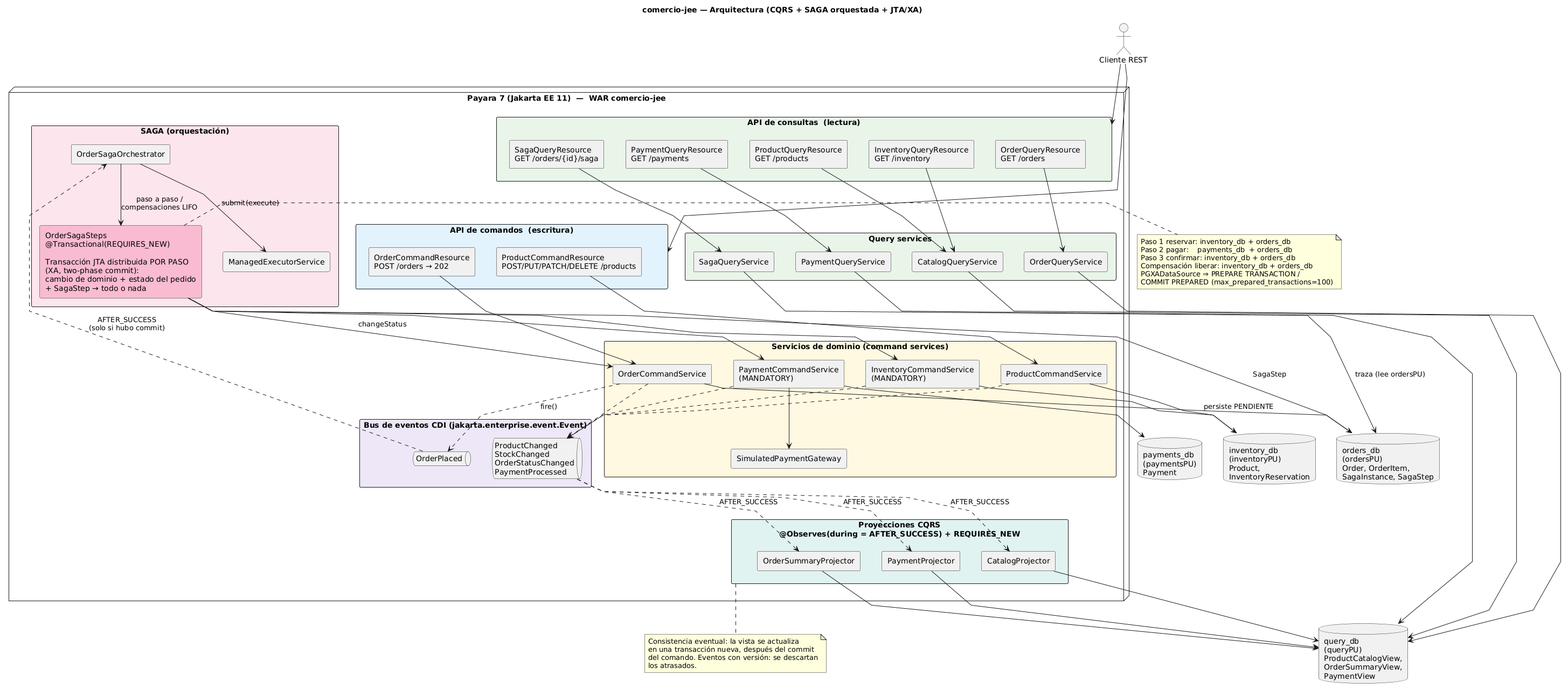
Above: docs/architecture.png in WitzhiD04/comercio-jee (PlantUML), before the change. The source it was exported from:
```plantuml
@startuml architecture
title comercio-jee — Arquitectura (CQRS + SAGA orquestada + JTA/XA)

skinparam componentStyle rectangle
skinparam shadowing false
skinparam defaultFontName Arial
skinparam packageStyle rectangle
skinparam linetype polyline
skinparam nodesep 40
skinparam ranksep 50

actor "Cliente REST" as client

node "Payara 7 (Jakarta EE 11)  —  WAR comercio-jee" {

  package "API de comandos  (escritura)" as cmdapi #E3F2FD {
    [ProductCommandResource\nPOST/PUT/PATCH/DELETE /products] as PCR
    [OrderCommandResource\nPOST /orders → 202] as OCR
  }

  package "API de consultas  (lectura)" as qryapi #E8F5E9 {
    [ProductQueryResource\nGET /products] as PQR
    [InventoryQueryResource\nGET /inventory] as IQR
    [OrderQueryResource\nGET /orders] as OQR
    [PaymentQueryResource\nGET /payments] as PAQR
    [SagaQueryResource\nGET /orders/{id}/saga] as SQR
  }

  package "Servicios de dominio (command services)" as domain #FFF8E1 {
    [ProductCommandService] as PCS
    [OrderCommandService] as OCS
    [InventoryCommandService\n(MANDATORY)] as ICS
    [PaymentCommandService\n(MANDATORY)] as PYS
    [SimulatedPaymentGateway] as GW
  }

  package "SAGA (orquestación)" as saga #FCE4EC {
    [OrderSagaOrchestrator] as ORCH
    [ManagedExecutorService] as MES
    rectangle "OrderSagaSteps\n@Transactional(REQUIRES_NEW)\n\nTransacción JTA distribuida POR PASO\n(XA, two-phase commit):\ncambio de dominio + estado del pedido\n+ SagaStep → todo o nada" as STEPS #F8BBD0
  }

  package "Bus de eventos CDI (jakarta.enterprise.event.Event)" as bus #EDE7F6 {
    queue "ProductChanged\nStockChanged\nOrderStatusChanged\nPaymentProcessed" as EVT
    queue "OrderPlaced" as PLACED
  }

  package "Proyecciones CQRS\n@Observes(during = AFTER_SUCCESS) + REQUIRES_NEW" as proj #E0F2F1 {
    [CatalogProjector] as CP
    [OrderSummaryProjector] as OSP
    [PaymentProjector] as PP
  }

  package "Query services" as qsvc #E8F5E9 {
    [CatalogQueryService] as CQS
    [OrderQueryService] as OQS
    [PaymentQueryService] as PQS
    [SagaQueryService] as SQS
  }
}

database "orders_db\n(ordersPU)\nOrder, OrderItem,\nSagaInstance, SagaStep" as ordersdb
database "inventory_db\n(inventoryPU)\nProduct,\nInventoryReservation" as invdb
database "payments_db\n(paymentsPU)\nPayment" as paydb
database "query_db\n(queryPU)\nProductCatalogView,\nOrderSummaryView,\nPaymentView" as querydb

client --> cmdapi
client --> qryapi

PCR --> PCS
OCR --> OCS
PCS --> invdb
OCS --> ordersdb : persiste PENDIENTE
OCS ..> PLACED : fire()

PLACED ..> ORCH : AFTER_SUCCESS\n(solo si hubo commit)
ORCH --> MES : submit(execute)
ORCH --> STEPS : paso a paso /\ncompensaciones LIFO
STEPS --> ICS
STEPS --> PYS
STEPS --> OCS : changeStatus
PYS --> GW
ICS --> invdb
PYS --> paydb
STEPS --> ordersdb : SagaStep

PCS ..> EVT
ICS ..> EVT
OCS ..> EVT
PYS ..> EVT
EVT ..> CP : AFTER_SUCCESS
EVT ..> OSP : AFTER_SUCCESS
EVT ..> PP : AFTER_SUCCESS
CP --> querydb
OSP --> querydb
PP --> querydb

PQR --> CQS
IQR --> CQS
OQR --> OQS
PAQR --> PQS
SQR --> SQS
CQS --> querydb
OQS --> querydb
PQS --> querydb
SQS --> ordersdb : traza (lee ordersPU)

note right of STEPS
  Paso 1 reservar: inventory_db + orders_db
  Paso 2 pagar:    payments_db  + orders_db
  Paso 3 confirmar: inventory_db + orders_db
  Compensación liberar: inventory_db + orders_db
  PGXADataSource ⇒ PREPARE TRANSACTION /
  COMMIT PREPARED (max_prepared_transactions=100)
end note

note bottom of proj
  Consistencia eventual: la vista se actualiza
  en una transacción nueva, después del commit
  del comando. Eventos con versión: se descartan
  los atrasados.
end note
@enduml
```
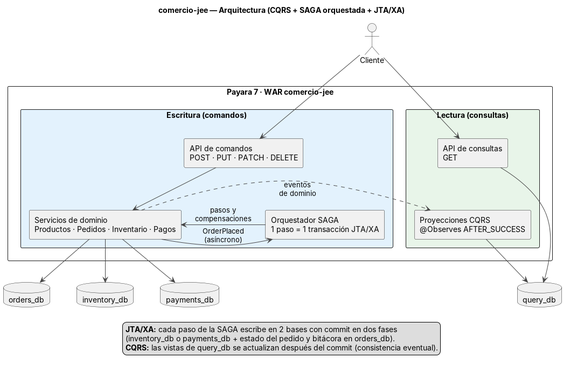
Later version of the same file.

Diff of the diagram source:
```diff
@@ -1,123 +1,47 @@
 @startuml architecture
 title comercio-jee — Arquitectura (CQRS + SAGA orquestada + JTA/XA)
-
-skinparam componentStyle rectangle
 skinparam shadowing false
 skinparam defaultFontName Arial
-skinparam packageStyle rectangle
-skinparam linetype polyline
-skinparam nodesep 40
-skinparam ranksep 50
+skinparam componentStyle rectangle
+skinparam ArrowColor #444444
+skinparam nodesep 50
+skinparam ranksep 45
 
-actor "Cliente REST" as client
+actor Cliente
 
-node "Payara 7 (Jakarta EE 11)  —  WAR comercio-jee" {
-
-  package "API de comandos  (escritura)" as cmdapi #E3F2FD {
-    [ProductCommandResource\nPOST/PUT/PATCH/DELETE /products] as PCR
-    [OrderCommandResource\nPOST /orders → 202] as OCR
+rectangle "Payara 7 · WAR comercio-jee" {
+  rectangle "Escritura (comandos)" #E3F2FD {
+    [API de comandos\nPOST · PUT · PATCH · DELETE] as CMD
+    [Servicios de dominio\nProductos · Pedidos · Inventario · Pagos] as DOM
+    [Orquestador SAGA\n1 paso = 1 transacción JTA/XA] as SAGA
   }
-
-  package "API de consultas  (lectura)" as qryapi #E8F5E9 {
-    [ProductQueryResource\nGET /products] as PQR
-    [InventoryQueryResource\nGET /inventory] as IQR
-    [OrderQueryResource\nGET /orders] as OQR
-    [PaymentQueryResource\nGET /payments] as PAQR
-    [SagaQueryResource\nGET /orders/{id}/saga] as SQR
-  }
-
-  package "Servicios de dominio (command services)" as domain #FFF8E1 {
-    [ProductCommandService] as PCS
-    [OrderCommandService] as OCS
-    [InventoryCommandService\n(MANDATORY)] as ICS
-    [PaymentCommandService\n(MANDATORY)] as PYS
-    [SimulatedPaymentGateway] as GW
-  }
-
-  package "SAGA (orquestación)" as saga #FCE4EC {
-    [OrderSagaOrchestrator] as ORCH
-    [ManagedExecutorService] as MES
-    rectangle "OrderSagaSteps\n@Transactional(REQUIRES_NEW)\n\nTransacción JTA distribuida POR PASO\n(XA, two-phase commit):\ncambio de dominio + estado del pedido\n+ SagaStep → todo o nada" as STEPS #F8BBD0
-  }
-
-  package "Bus de eventos CDI (jakarta.enterprise.event.Event)" as bus #EDE7F6 {
-    queue "ProductChanged\nStockChanged\nOrderStatusChanged\nPaymentProcessed" as EVT
-    queue "OrderPlaced" as PLACED
-  }
-
-  package "Proyecciones CQRS\n@Observes(during = AFTER_SUCCESS) + REQUIRES_NEW" as proj #E0F2F1 {
-    [CatalogProjector] as CP
-    [OrderSummaryProjector] as OSP
-    [PaymentProjector] as PP
-  }
-
-  package "Query services" as qsvc #E8F5E9 {
-    [CatalogQueryService] as CQS
-    [OrderQueryService] as OQS
-    [PaymentQueryService] as PQS
-    [SagaQueryService] as SQS
+  rectangle "Lectura (consultas)" #E8F5E9 {
+    [API de consultas\nGET] as QRY
+    [Proyecciones CQRS\n@Observes AFTER_SUCCESS] as PROJ
   }
 }
 
-database "orders_db\n(ordersPU)\nOrder, OrderItem,\nSagaInstance, SagaStep" as ordersdb
-database "inventory_db\n(inventoryPU)\nProduct,\nInventoryReservation" as invdb
-database "payments_db\n(paymentsPU)\nPayment" as paydb
-database "query_db\n(queryPU)\nProductCatalogView,\nOrderSummaryView,\nPaymentView" as querydb
+database "orders_db" as ODB
+database "inventory_db" as IDB
+database "payments_db" as PDB
+database "query_db" as QDB
 
-client --> cmdapi
-client --> qryapi
+Cliente --> CMD
+Cliente --> QRY
+CMD --> DOM
+DOM -right-> SAGA : OrderPlaced\n(asíncrono)
+SAGA -left-> DOM : pasos y\ncompensaciones
+DOM --> ODB
+DOM --> IDB
+DOM --> PDB
+DOM .right.> PROJ : eventos\nde dominio
+PROJ --> QDB
+QRY -[hidden]-> PROJ
+QRY --> QDB
 
-PCR --> PCS
-OCR --> OCS
-PCS --> invdb
-OCS --> ordersdb : persiste PENDIENTE
-OCS ..> PLACED : fire()
-
-PLACED ..> ORCH : AFTER_SUCCESS\n(solo si hubo commit)
-ORCH --> MES : submit(execute)
-ORCH --> STEPS : paso a paso /\ncompensaciones LIFO
-STEPS --> ICS
-STEPS --> PYS
-STEPS --> OCS : changeStatus
-PYS --> GW
-ICS --> invdb
-PYS --> paydb
-STEPS --> ordersdb : SagaStep
-
-PCS ..> EVT
-ICS ..> EVT
-OCS ..> EVT
-PYS ..> EVT
-EVT ..> CP : AFTER_SUCCESS
-EVT ..> OSP : AFTER_SUCCESS
-EVT ..> PP : AFTER_SUCCESS
-CP --> querydb
-OSP --> querydb
-PP --> querydb
-
-PQR --> CQS
-IQR --> CQS
-OQR --> OQS
-PAQR --> PQS
-SQR --> SQS
-CQS --> querydb
-OQS --> querydb
-PQS --> querydb
-SQS --> ordersdb : traza (lee ordersPU)
-
-note right of STEPS
-  Paso 1 reservar: inventory_db + orders_db
-  Paso 2 pagar:    payments_db  + orders_db
-  Paso 3 confirmar: inventory_db + orders_db
-  Compensación liberar: inventory_db + orders_db
-  PGXADataSource ⇒ PREPARE TRANSACTION /
-  COMMIT PREPARED (max_prepared_transactions=100)
-end note
-
-note bottom of proj
-  Consistencia eventual: la vista se actualiza
-  en una transacción nueva, después del commit
-  del comando. Eventos con versión: se descartan
-  los atrasados.
-end note
+legend bottom
+  <b>JTA/XA:</b> cada paso de la SAGA escribe en 2 bases con commit en dos fases
+  (inventory_db o payments_db + estado del pedido y bitácora en orders_db).
+  <b>CQRS:</b> las vistas de query_db se actualizan después del commit (consistencia eventual).
+endlegend
 @enduml
```
